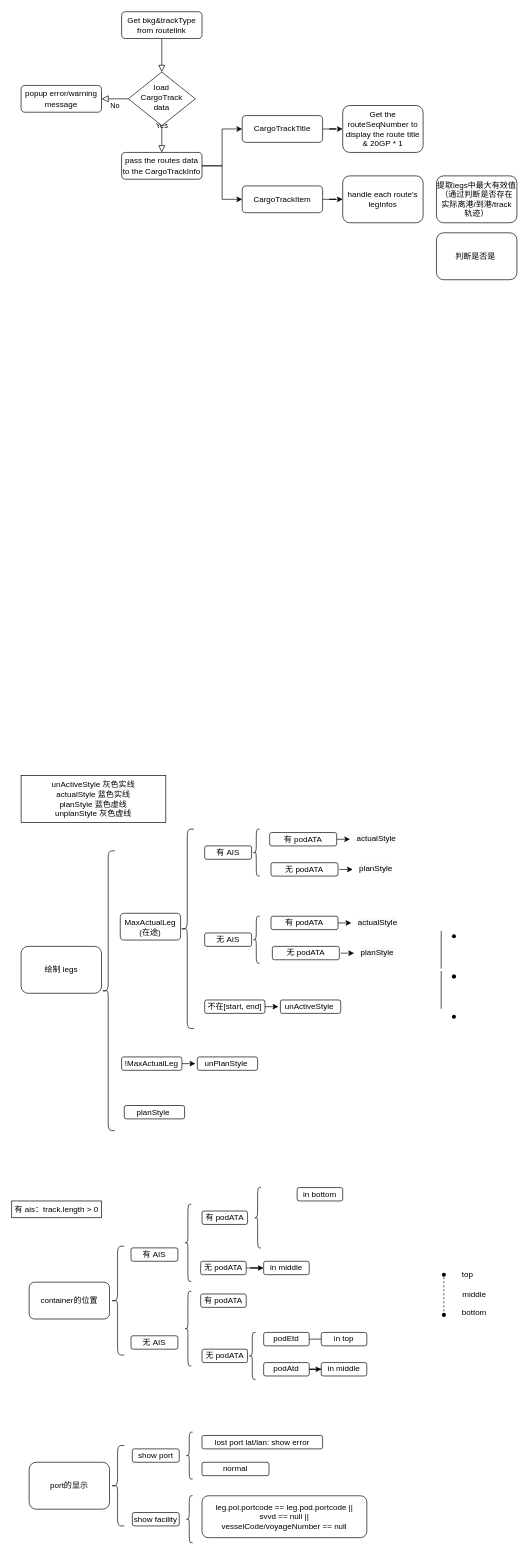
This is Untitled Diagram.drawio from Leewansze/Basic-exercises, a draw.io file, before an edit. Source tidied: cells renumbered, new cells numbered last; positions are measured from the earlier drawing's top-left corner, leaving out a move shared by most shapes. Both pictures are drawn from the tidied source at 67%, with x=0, y=0 at pixel (11, 11).
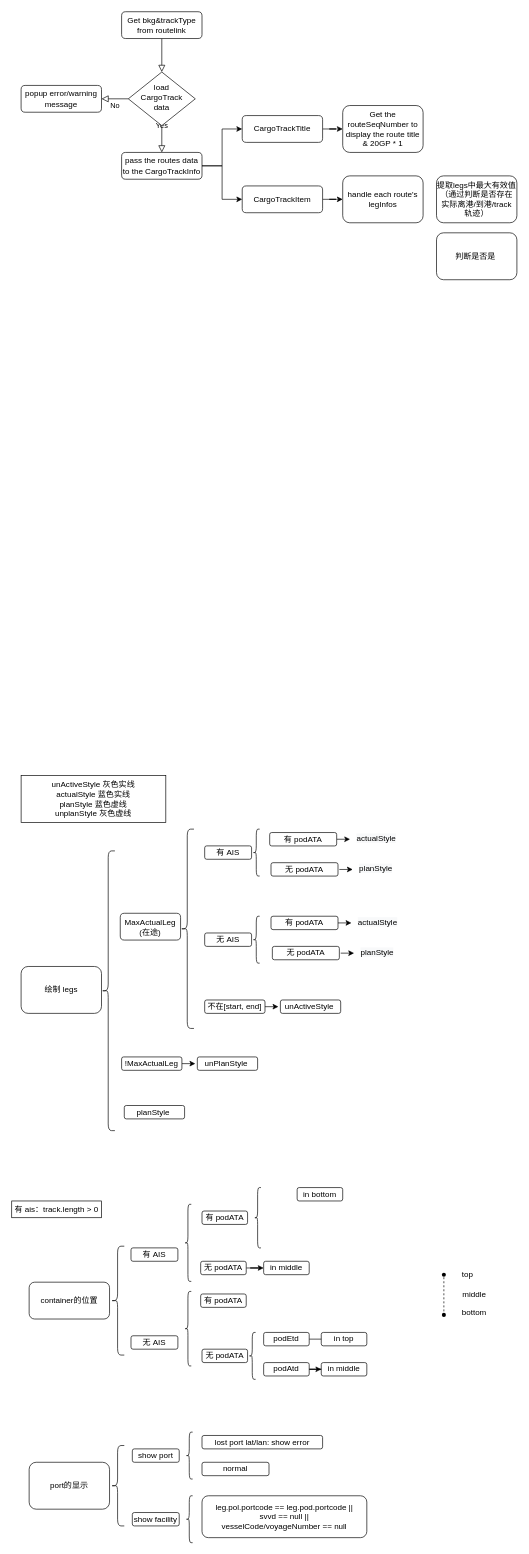
The same page after the edit.

Change to the diagram source:
```diff
@@
     <mxCell id="19" value="绘制 legs" style="rounded=1;whiteSpace=wrap;html=1;fontSize=12;glass=0;strokeWidth=1;shadow=0;" parent="1" vertex="1">
-      <mxGeometry x="14" y="1395" width="120" height="70" as="geometry" />
+      <mxGeometry x="14" y="1425" width="120" height="70" as="geometry" />
     </mxCell>
@@
-    <mxCell id="45" style="shape=waypoint;sketch=0;fillStyle=solid;size=6;fillColor=none;perimeter=centerPerimeter;" parent="1" vertex="1">
-      <mxGeometry x="640" y="1360" width="40" height="40" as="geometry" />
-    </mxCell>
-    <mxCell id="46" style="line;strokeWidth=1;direction=south;html=1;" parent="1" vertex="1">
-      <mxGeometry x="636" y="1371.9" width="10" height="56.2" as="geometry" />
-    </mxCell>
-    <mxCell id="47" style="shape=waypoint;sketch=0;fillStyle=solid;size=6;fillColor=none;perimeter=centerPerimeter;" parent="1" vertex="1">
-      <mxGeometry x="640" y="1420" width="40" height="40" as="geometry" />
-    </mxCell>
-    <mxCell id="48" style="shape=waypoint;sketch=0;fillStyle=solid;size=6;fillColor=none;perimeter=centerPerimeter;" parent="1" vertex="1">
-      <mxGeometry x="640" y="1420" width="40" height="40" as="geometry" />
-    </mxCell>
-    <mxCell id="49" style="line;strokeWidth=1;direction=south;html=1;" parent="1" vertex="1">
-      <mxGeometry x="636" y="1431.9" width="10" height="56.2" as="geometry" />
-    </mxCell>
-    <mxCell id="50" style="shape=waypoint;sketch=0;fillStyle=solid;size=6;fillColor=none;perimeter=centerPerimeter;" parent="1" vertex="1">
-      <mxGeometry x="640" y="1480" width="40" height="40" as="geometry" />
-    </mxCell>
```
